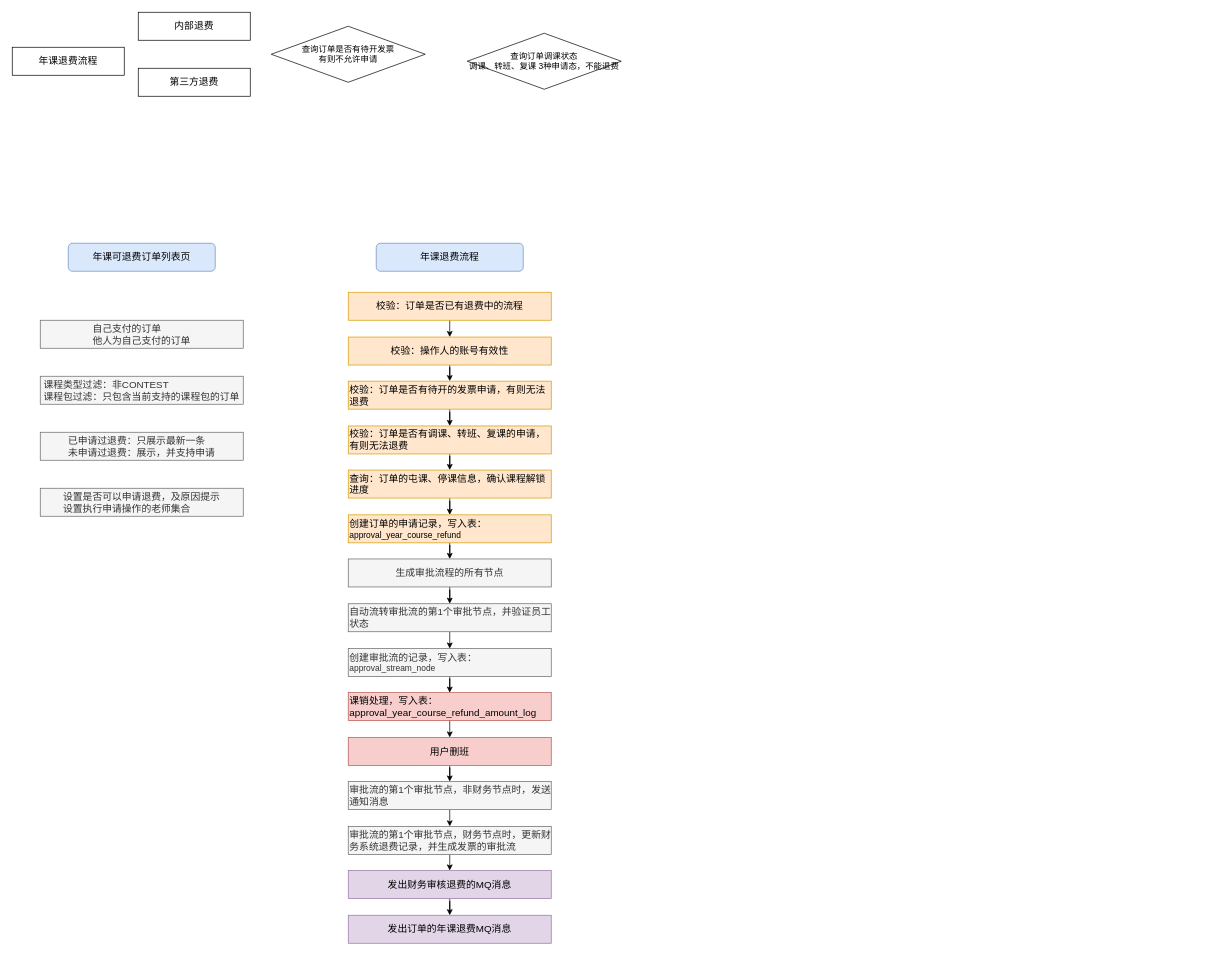
Earlier version of the draw.io diagram 核桃-班级业务概念.drawio (hongweilv-whu/flowCharts). Source tidied: cells renumbered, new cells numbered last; positions are measured from the earlier drawing's top-left corner, leaving out a move shared by most shapes. Both pictures are drawn from the tidied source at 70%, with x=0, y=0 at pixel (12, 12).
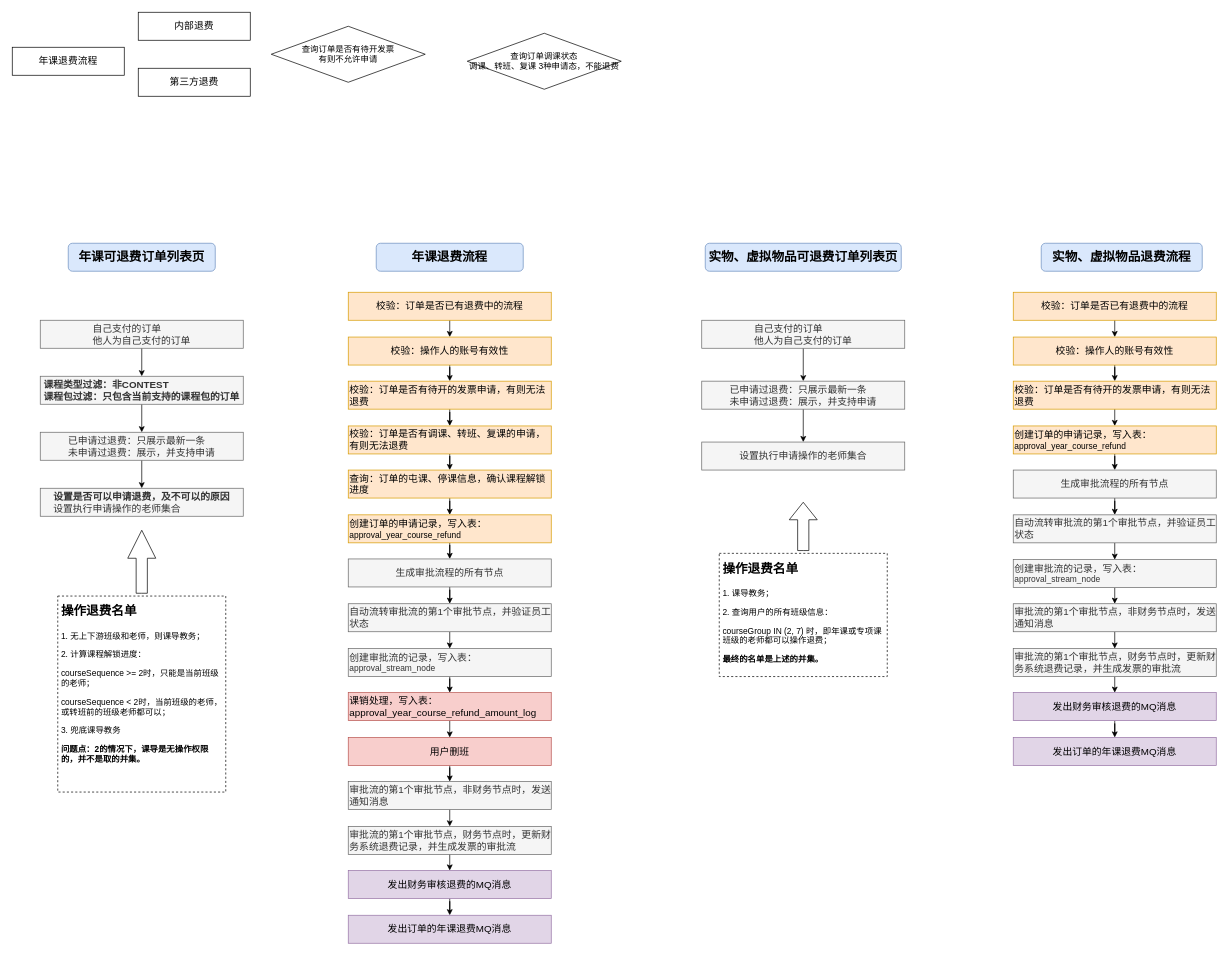
Above is the later version.

Commit message (it also covers changes not shown here):
更新核桃-班级业务概念.drawio

The change refers to these unchanged cells:
```xml
<mxCell id="9" value="&lt;div style=&quot;text-align: left; font-size: 14px;&quot;&gt;&lt;span style=&quot;font-size: 14px; background-color: initial;&quot;&gt;自己支付的订单&lt;/span&gt;&lt;/div&gt;&lt;font style=&quot;font-size: 14px;&quot;&gt;&lt;div style=&quot;text-align: left; font-size: 14px;&quot;&gt;&lt;span style=&quot;background-color: initial; font-size: 14px;&quot;&gt;他人为自己支付的订单&lt;/span&gt;&lt;/div&gt;&lt;/font&gt;" style="rounded=0;whiteSpace=wrap;html=1;fillColor=#f5f5f5;fontColor=#333333;strokeColor=#666666;fontSize=14;" parent="1" vertex="1">
  <mxGeometry x="40" y="440" width="290" height="40" as="geometry" />
</mxCell>
<mxCell id="11" value="&lt;div style=&quot;text-align: left; font-size: 14px;&quot;&gt;&lt;span style=&quot;font-size: 14px;&quot;&gt;已申请过退费：只展示最新一条&lt;/span&gt;&lt;/div&gt;&lt;div style=&quot;text-align: left; font-size: 14px;&quot;&gt;&lt;span style=&quot;font-size: 14px;&quot;&gt;未申请过退费：展示，并支持申请&lt;/span&gt;&lt;/div&gt;" style="rounded=0;whiteSpace=wrap;html=1;fillColor=#f5f5f5;fontColor=#333333;strokeColor=#666666;fontSize=14;" parent="1" vertex="1">
  <mxGeometry x="40" y="600" width="290" height="40" as="geometry" />
</mxCell>
```

Diff of the diagram source:
```diff
@@
-    <mxCell id="7" value="&lt;font style=&quot;font-size: 14px;&quot;&gt;年课可退费订单列表页&lt;/font&gt;" style="rounded=1;whiteSpace=wrap;html=1;fillColor=#dae8fc;strokeColor=#6c8ebf;" parent="1" vertex="1">
+    <mxCell id="7" value="&lt;font style=&quot;font-size: 18px;&quot;&gt;年课可退费订单列表页&lt;/font&gt;" style="rounded=1;whiteSpace=wrap;html=1;fillColor=#dae8fc;strokeColor=#6c8ebf;fontStyle=1;" parent="1" vertex="1">
       <mxGeometry x="80" y="330" width="210" height="40" as="geometry" />
     </mxCell>
-    <mxCell id="8" value="&lt;font style=&quot;font-size: 14px;&quot;&gt;年课退费流程&lt;/font&gt;" style="rounded=1;whiteSpace=wrap;html=1;fillColor=#dae8fc;strokeColor=#6c8ebf;" parent="1" vertex="1">
+    <mxCell id="8" value="&lt;font style=&quot;font-size: 18px;&quot;&gt;年课退费流程&lt;/font&gt;" style="rounded=1;whiteSpace=wrap;html=1;fillColor=#dae8fc;strokeColor=#6c8ebf;fontStyle=1;" parent="1" vertex="1">
       <mxGeometry x="520" y="330" width="210" height="40" as="geometry" />
     </mxCell>
+    <mxCell id="42" style="edgeStyle=orthogonalEdgeStyle;rounded=0;jettySize=auto;html=1;exitX=0.5;exitY=1;exitDx=0;exitDy=0;" parent="1" edge="1" source="9" target="10">
+      <mxGeometry relative="1" as="geometry" />
+    </mxCell>
@@
+    <mxCell id="43" style="edgeStyle=orthogonalEdgeStyle;rounded=0;jettySize=auto;html=1;exitX=0.5;exitY=1;exitDx=0;exitDy=0;entryX=0.5;entryY=0;entryDx=0;entryDy=0;" parent="1" edge="1" source="10" target="11">
+      <mxGeometry relative="1" as="geometry" />
+    </mxCell>
-    <mxCell id="10" value="&lt;div style=&quot;text-align: left; font-size: 14px;&quot;&gt;&lt;span style=&quot;font-size: 14px;&quot;&gt;课程类型过滤：非CONTEST&lt;/span&gt;&lt;/div&gt;&lt;div style=&quot;text-align: left; font-size: 14px;&quot;&gt;&lt;span style=&quot;font-size: 14px;&quot;&gt;课程包过滤：只包含当前支持的课程包的订单&lt;/span&gt;&lt;/div&gt;" style="rounded=0;whiteSpace=wrap;html=1;fillColor=#f5f5f5;fontColor=#333333;strokeColor=#666666;fontSize=14;" parent="1" vertex="1">
+    <mxCell id="10" value="&lt;div style=&quot;text-align: left; font-size: 14px;&quot;&gt;&lt;span style=&quot;font-size: 14px;&quot;&gt;&lt;b&gt;课程类型过滤：非CONTEST&lt;/b&gt;&lt;/span&gt;&lt;/div&gt;&lt;div style=&quot;text-align: left; font-size: 14px;&quot;&gt;&lt;span style=&quot;font-size: 14px;&quot;&gt;&lt;b&gt;课程包过滤：只包含当前支持的课程包的订单&lt;/b&gt;&lt;/span&gt;&lt;/div&gt;" style="rounded=0;whiteSpace=wrap;html=1;fillColor=#f5f5f5;fontColor=#333333;strokeColor=#666666;fontSize=14;" parent="1" vertex="1">
       <mxGeometry x="40" y="520" width="290" height="40" as="geometry" />
     </mxCell>
+    <mxCell id="44" style="edgeStyle=orthogonalEdgeStyle;rounded=0;jettySize=auto;html=1;exitX=0.5;exitY=1;exitDx=0;exitDy=0;entryX=0.5;entryY=0;entryDx=0;entryDy=0;" parent="1" edge="1" source="11" target="12">
+      <mxGeometry relative="1" as="geometry" />
+    </mxCell>
@@
-    <mxCell id="12" value="&lt;div style=&quot;text-align: left; font-size: 14px;&quot;&gt;设置是否可以申请退费，及原因提示&lt;br style=&quot;font-size: 14px;&quot;&gt;设置执行申请操作的老师集合&lt;/div&gt;" style="rounded=0;whiteSpace=wrap;html=1;fillColor=#f5f5f5;fontColor=#333333;strokeColor=#666666;fontSize=14;" parent="1" vertex="1">
+    <mxCell id="12" value="&lt;div style=&quot;text-align: left; font-size: 14px;&quot;&gt;&lt;b&gt;设置是否可以申请退费，及不可以的原因&lt;/b&gt;&lt;br style=&quot;font-size: 14px;&quot;&gt;设置执行申请操作的老师集合&lt;/div&gt;" style="rounded=0;whiteSpace=wrap;html=1;fillColor=#f5f5f5;fontColor=#333333;strokeColor=#666666;fontSize=14;" parent="1" vertex="1">
       <mxGeometry x="40" y="680" width="290" height="40" as="geometry" />
     </mxCell>
@@
+    <mxCell id="45" value="&lt;h1&gt;&lt;font style=&quot;font-size: 18px;&quot;&gt;操作退费名单&lt;/font&gt;&lt;/h1&gt;&lt;p&gt;1. 无上下游班级和老师，则课导教务；&lt;/p&gt;&lt;p&gt;2. 计算课程解锁进度：&lt;/p&gt;&lt;p&gt;courseSequence &amp;gt;= 2时，只能是当前班级的老师；&lt;/p&gt;&lt;p&gt;courseSequence &amp;lt; 2时，当前班级的老师，或转班前的班级老师都可以；&lt;br&gt;&lt;/p&gt;&lt;p&gt;3. 兜底课导教务&lt;/p&gt;&lt;p&gt;&lt;b&gt;问题点：2的情况下，课导是无操作权限的，并不是取的并集。&lt;/b&gt;&lt;/p&gt;&lt;p&gt;&lt;br&gt;&lt;/p&gt;" style="text;html=1;strokeColor=default;fillColor=none;spacing=5;spacingTop=-20;whiteSpace=wrap;overflow=hidden;rounded=0;dashed=1;" parent="1" vertex="1">
+      <mxGeometry x="65" y="834" width="240" height="280" as="geometry" />
+    </mxCell>
+    <mxCell id="46" style="html=1;shadow=0;dashed=0;align=center;verticalAlign=middle;shape=mxgraph.arrows2.arrow;dy=0.6;dx=40;direction=north;notch=0;" parent="1" vertex="1">
+      <mxGeometry x="165" y="740" width="40" height="90" as="geometry" />
+    </mxCell>
+    <mxCell id="47" value="&lt;font style=&quot;font-size: 18px;&quot;&gt;实物、虚拟物品可退费订单列表页&lt;/font&gt;" style="rounded=1;whiteSpace=wrap;html=1;fillColor=#dae8fc;strokeColor=#6c8ebf;fontStyle=1;" parent="1" vertex="1">
+      <mxGeometry x="990" y="330" width="280" height="40" as="geometry" />
+    </mxCell>
+    <mxCell id="48" value="&lt;font style=&quot;font-size: 18px;&quot;&gt;实物、虚拟物品退费流程&lt;/font&gt;" style="rounded=1;whiteSpace=wrap;html=1;fillColor=#dae8fc;strokeColor=#6c8ebf;fontStyle=1;" parent="1" vertex="1">
+      <mxGeometry x="1470" y="330" width="230" height="40" as="geometry" />
+    </mxCell>
+    <mxCell id="49" style="edgeStyle=orthogonalEdgeStyle;rounded=0;jettySize=auto;html=1;exitX=0.5;exitY=1;exitDx=0;exitDy=0;entryX=0.5;entryY=0;entryDx=0;entryDy=0;" parent="1" edge="1" source="50" target="52">
+      <mxGeometry relative="1" as="geometry" />
+    </mxCell>
+    <mxCell id="50" value="&lt;div style=&quot;text-align: left; font-size: 14px;&quot;&gt;&lt;span style=&quot;font-size: 14px; background-color: initial;&quot;&gt;自己支付的订单&lt;/span&gt;&lt;/div&gt;&lt;font style=&quot;font-size: 14px;&quot;&gt;&lt;div style=&quot;text-align: left; font-size: 14px;&quot;&gt;&lt;span style=&quot;background-color: initial; font-size: 14px;&quot;&gt;他人为自己支付的订单&lt;/span&gt;&lt;/div&gt;&lt;/font&gt;" style="rounded=0;whiteSpace=wrap;html=1;fillColor=#f5f5f5;fontColor=#333333;strokeColor=#666666;fontSize=14;" parent="1" vertex="1">
+      <mxGeometry x="985" y="440" width="290" height="40" as="geometry" />
+    </mxCell>
+    <mxCell id="51" style="edgeStyle=orthogonalEdgeStyle;rounded=0;jettySize=auto;html=1;exitX=0.5;exitY=1;exitDx=0;exitDy=0;entryX=0.5;entryY=0;entryDx=0;entryDy=0;" parent="1" edge="1" source="52" target="53">
+      <mxGeometry relative="1" as="geometry" />
+    </mxCell>
+    <mxCell id="52" value="&lt;div style=&quot;text-align: left; font-size: 14px;&quot;&gt;&lt;span style=&quot;font-size: 14px;&quot;&gt;已申请过退费：只展示最新一条&lt;/span&gt;&lt;/div&gt;&lt;div style=&quot;text-align: left; font-size: 14px;&quot;&gt;&lt;span style=&quot;font-size: 14px;&quot;&gt;未申请过退费：展示，并支持申请&lt;/span&gt;&lt;/div&gt;" style="rounded=0;whiteSpace=wrap;html=1;fillColor=#f5f5f5;fontColor=#333333;strokeColor=#666666;fontSize=14;" parent="1" vertex="1">
+      <mxGeometry x="985" y="527" width="290" height="40" as="geometry" />
+    </mxCell>
+    <mxCell id="53" value="&lt;div style=&quot;text-align: left; font-size: 14px;&quot;&gt;设置执行申请操作的老师集合&lt;/div&gt;" style="rounded=0;whiteSpace=wrap;html=1;fillColor=#f5f5f5;fontColor=#333333;strokeColor=#666666;fontSize=14;" parent="1" vertex="1">
+      <mxGeometry x="985" y="614" width="290" height="40" as="geometry" />
+    </mxCell>
+    <mxCell id="54" style="edgeStyle=orthogonalEdgeStyle;rounded=0;jettySize=auto;html=1;exitX=0.5;exitY=1;exitDx=0;exitDy=0;entryX=0.5;entryY=0;entryDx=0;entryDy=0;" parent="1" edge="1" source="55" target="57">
+      <mxGeometry relative="1" as="geometry" />
+    </mxCell>
+    <mxCell id="55" value="&lt;div style=&quot;&quot;&gt;&lt;span style=&quot;font-size: 14px;&quot;&gt;校验：订单是否已有退费中的流程&lt;/span&gt;&lt;/div&gt;" style="rounded=0;whiteSpace=wrap;html=1;fillColor=#ffe6cc;strokeColor=#d79b00;align=center;" parent="1" vertex="1">
+      <mxGeometry x="1430" y="400" width="290" height="40" as="geometry" />
+    </mxCell>
+    <mxCell id="56" style="edgeStyle=orthogonalEdgeStyle;rounded=0;jettySize=auto;html=1;exitX=0.5;exitY=1;exitDx=0;exitDy=0;" parent="1" edge="1" source="57" target="59">
+      <mxGeometry relative="1" as="geometry" />
+    </mxCell>
+    <mxCell id="57" value="&lt;div style=&quot;&quot;&gt;&lt;span style=&quot;font-size: 14px;&quot;&gt;校验：操作人的账号有效性&lt;/span&gt;&lt;/div&gt;" style="rounded=0;whiteSpace=wrap;html=1;fillColor=#ffe6cc;strokeColor=#d79b00;align=center;" parent="1" vertex="1">
+      <mxGeometry x="1430" y="464" width="290" height="40" as="geometry" />
+    </mxCell>
+    <mxCell id="58" style="edgeStyle=orthogonalEdgeStyle;rounded=0;jettySize=auto;html=1;exitX=0.5;exitY=1;exitDx=0;exitDy=0;" parent="1" edge="1" source="59">
+      <mxGeometry relative="1" as="geometry">
+        <mxPoint x="1575" y="591" as="targetPoint" />
+      </mxGeometry>
+    </mxCell>
+    <mxCell id="59" value="&lt;div style=&quot;&quot;&gt;&lt;span style=&quot;font-size: 14px;&quot;&gt;校验：订单是否有待开的发票申请，有则无法退费&lt;/span&gt;&lt;/div&gt;" style="rounded=0;whiteSpace=wrap;html=1;fillColor=#ffe6cc;strokeColor=#d79b00;align=left;" parent="1" vertex="1">
+      <mxGeometry x="1430" y="527" width="290" height="40" as="geometry" />
+    </mxCell>
+    <mxCell id="60" style="edgeStyle=orthogonalEdgeStyle;rounded=0;jettySize=auto;html=1;exitX=0.5;exitY=1;exitDx=0;exitDy=0;" parent="1" edge="1" source="61" target="63">
+      <mxGeometry relative="1" as="geometry" />
+    </mxCell>
+    <mxCell id="61" value="&lt;div style=&quot;&quot;&gt;&lt;span style=&quot;font-size: 14px;&quot;&gt;创建订单的申请记录，写入表：&lt;/span&gt;&lt;/div&gt;approval_year_course_refund" style="rounded=0;whiteSpace=wrap;html=1;fillColor=#ffe6cc;strokeColor=#d79b00;align=left;" parent="1" vertex="1">
+      <mxGeometry x="1430" y="591" width="290" height="40" as="geometry" />
+    </mxCell>
+    <mxCell id="62" style="edgeStyle=orthogonalEdgeStyle;rounded=0;jettySize=auto;html=1;exitX=0.5;exitY=1;exitDx=0;exitDy=0;" parent="1" edge="1" source="63" target="67">
+      <mxGeometry relative="1" as="geometry" />
+    </mxCell>
+    <mxCell id="63" value="&lt;span style=&quot;font-size: 14px;&quot;&gt;生成审批流程的所有节点&lt;/span&gt;&lt;div style=&quot;&quot;&gt;&lt;/div&gt;" style="rounded=0;whiteSpace=wrap;html=1;fillColor=#f5f5f5;fontColor=#333333;strokeColor=#666666;align=center;" parent="1" vertex="1">
+      <mxGeometry x="1430" y="654" width="290" height="40" as="geometry" />
+    </mxCell>
+    <mxCell id="64" style="edgeStyle=orthogonalEdgeStyle;rounded=0;jettySize=auto;html=1;exitX=0.5;exitY=1;exitDx=0;exitDy=0;" parent="1" edge="1" source="65">
+      <mxGeometry relative="1" as="geometry">
+        <mxPoint x="1575" y="845" as="targetPoint" />
+      </mxGeometry>
+    </mxCell>
+    <mxCell id="65" value="&lt;div style=&quot;&quot;&gt;&lt;span style=&quot;font-size: 14px;&quot;&gt;创建审批流的记录，写入表：&lt;/span&gt;&lt;/div&gt;approval_stream_node" style="rounded=0;whiteSpace=wrap;html=1;fillColor=#f5f5f5;fontColor=#333333;strokeColor=#666666;align=left;" parent="1" vertex="1">
+      <mxGeometry x="1430" y="782" width="290" height="40" as="geometry" />
+    </mxCell>
+    <mxCell id="66" style="edgeStyle=orthogonalEdgeStyle;rounded=0;jettySize=auto;html=1;exitX=0.5;exitY=1;exitDx=0;exitDy=0;entryX=0.5;entryY=0;entryDx=0;entryDy=0;" parent="1" edge="1" source="67" target="65">
+      <mxGeometry relative="1" as="geometry" />
+    </mxCell>
+    <mxCell id="67" value="&lt;span style=&quot;font-size: 14px;&quot;&gt;自动流转审批流的第1个审批节点，并验证员工状态&lt;/span&gt;&lt;div style=&quot;&quot;&gt;&lt;/div&gt;" style="rounded=0;whiteSpace=wrap;html=1;fillColor=#f5f5f5;fontColor=#333333;strokeColor=#666666;align=left;" parent="1" vertex="1">
+      <mxGeometry x="1430" y="718" width="290" height="40" as="geometry" />
+    </mxCell>
+    <mxCell id="68" style="edgeStyle=orthogonalEdgeStyle;rounded=0;jettySize=auto;html=1;exitX=0.5;exitY=1;exitDx=0;exitDy=0;entryX=0.5;entryY=0;entryDx=0;entryDy=0;" parent="1" edge="1" source="69" target="71">
+      <mxGeometry relative="1" as="geometry" />
+    </mxCell>
+    <mxCell id="69" value="&lt;span style=&quot;font-size: 14px;&quot;&gt;审批流的第1个审批节点，非财务节点时，发送通知消息&lt;/span&gt;&lt;div style=&quot;&quot;&gt;&lt;/div&gt;" style="rounded=0;whiteSpace=wrap;html=1;fillColor=#f5f5f5;fontColor=#333333;strokeColor=#666666;align=left;" parent="1" vertex="1">
+      <mxGeometry x="1430" y="845" width="290" height="40" as="geometry" />
+    </mxCell>
+    <mxCell id="70" style="edgeStyle=orthogonalEdgeStyle;rounded=0;jettySize=auto;html=1;exitX=0.5;exitY=1;exitDx=0;exitDy=0;entryX=0.5;entryY=0;entryDx=0;entryDy=0;" parent="1" edge="1" source="71" target="73">
+      <mxGeometry relative="1" as="geometry" />
+    </mxCell>
+    <mxCell id="71" value="&lt;span style=&quot;font-size: 14px;&quot;&gt;审批流的第1个审批节点，财务节点时，更新财务系统退费记录，并生成发票的审批流&lt;/span&gt;&lt;div style=&quot;&quot;&gt;&lt;/div&gt;" style="rounded=0;whiteSpace=wrap;html=1;fillColor=#f5f5f5;fontColor=#333333;strokeColor=#666666;align=left;" parent="1" vertex="1">
+      <mxGeometry x="1430" y="909" width="290" height="40" as="geometry" />
+    </mxCell>
+    <mxCell id="72" style="edgeStyle=orthogonalEdgeStyle;rounded=0;jettySize=auto;html=1;exitX=0.5;exitY=1;exitDx=0;exitDy=0;" parent="1" edge="1" source="73" target="74">
+      <mxGeometry relative="1" as="geometry" />
+    </mxCell>
+    <mxCell id="73" value="&lt;span style=&quot;font-size: 14px;&quot;&gt;发出财务审核退费的MQ消息&lt;/span&gt;&lt;div style=&quot;&quot;&gt;&lt;/div&gt;" style="rounded=0;whiteSpace=wrap;html=1;fillColor=#e1d5e7;strokeColor=#9673a6;align=center;" parent="1" vertex="1">
+      <mxGeometry x="1430" y="972" width="290" height="40" as="geometry" />
+    </mxCell>
+    <mxCell id="74" value="&lt;span style=&quot;font-size: 14px;&quot;&gt;发出订单的年课退费MQ消息&lt;/span&gt;&lt;div style=&quot;&quot;&gt;&lt;/div&gt;" style="rounded=0;whiteSpace=wrap;html=1;fillColor=#e1d5e7;strokeColor=#9673a6;align=center;" parent="1" vertex="1">
+      <mxGeometry x="1430" y="1036" width="290" height="40" as="geometry" />
+    </mxCell>
+    <mxCell id="75" value="&lt;h1&gt;&lt;font style=&quot;font-size: 18px;&quot;&gt;操作退费名单&lt;/font&gt;&lt;/h1&gt;&lt;p&gt;1. 课导教务；&lt;/p&gt;&lt;p&gt;2. 查询用户的所有班级信息：&lt;/p&gt;&lt;p&gt;courseGroup IN (2, 7) 时，即年课或专项课班级的老师都可以操作退费；&lt;/p&gt;&lt;p&gt;&lt;b&gt;最终的名单是上述的并集。&lt;/b&gt;&lt;/p&gt;&lt;p&gt;&lt;br&gt;&lt;/p&gt;" style="text;html=1;strokeColor=default;fillColor=none;spacing=5;spacingTop=-20;whiteSpace=wrap;overflow=hidden;rounded=0;dashed=1;" parent="1" vertex="1">
+      <mxGeometry x="1010" y="773" width="240" height="176" as="geometry" />
+    </mxCell>
+    <mxCell id="76" style="html=1;shadow=0;dashed=0;align=center;verticalAlign=middle;shape=mxgraph.arrows2.arrow;dy=0.6;dx=25;direction=north;notch=0;" parent="1" vertex="1">
+      <mxGeometry x="1110" y="700" width="40" height="69" as="geometry" />
+    </mxCell>
```
